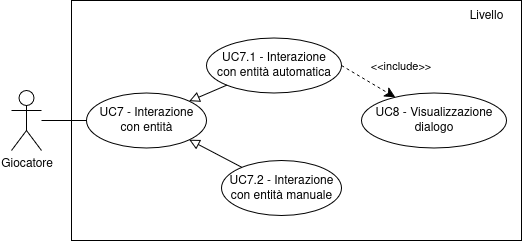
Before: Documentazione/source/imgs/uc-interazione.png, a diagram exported from draw.io (fliposab/ProgettoStage). Source tidied: cells renumbered, new cells last; positions are measured from the earlier drawing's top-left corner, leaving out a move shared by most shapes.
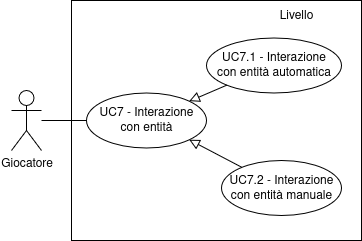
The same file after the commit.

What changed in the source:
```diff
@@ -3,7 +3,7 @@
     <mxCell id="0" />
     <mxCell id="1" parent="0" />
     <mxCell id="2" style="rounded=0;whiteSpace=wrap;html=1;gradientColor=none;" parent="1" vertex="1">
-      <mxGeometry x="60" width="450" height="240" as="geometry" />
+      <mxGeometry x="60" width="290" height="240" as="geometry" />
     </mxCell>
     <mxCell id="3" style="rounded=0;jettySize=auto;html=1;entryX=0;entryY=0.5;entryDx=0;entryDy=0;endArrow=none;startFill=0;" parent="1" edge="1" source="4" target="5">
       <mxGeometry relative="1" as="geometry" />
@@ -15,7 +15,7 @@
       <mxGeometry x="75" y="92.5" width="120" height="55" as="geometry" />
     </mxCell>
     <mxCell id="6" value="Livello" style="text;html=1;align=center;verticalAlign=middle;whiteSpace=wrap;rounded=0;" parent="1" vertex="1">
-      <mxGeometry x="445" width="60" height="30" as="geometry" />
+      <mxGeometry x="255" width="60" height="30" as="geometry" />
     </mxCell>
     <mxCell id="7" style="rounded=0;jettySize=auto;html=1;entryX=1;entryY=1;entryDx=0;entryDy=0;endArrow=block;endFill=0;endSize=8;" parent="1" edge="1" source="8" target="5">
       <mxGeometry relative="1" as="geometry" />
@@ -29,16 +29,5 @@
     <mxCell id="10" style="rounded=0;jettySize=auto;html=1;entryX=1;entryY=0;entryDx=0;entryDy=0;endArrow=block;endFill=0;endSize=8;" parent="1" edge="1" source="9" target="5">
       <mxGeometry relative="1" as="geometry" />
     </mxCell>
-    <mxCell id="11" value="&lt;div&gt;UC8 - Visualizzazione&lt;/div&gt;&lt;div&gt;dialogo&lt;/div&gt;" style="ellipse;whiteSpace=wrap;html=1;" parent="1" vertex="1">
-      <mxGeometry x="350" y="92.5" width="145" height="55" as="geometry" />
-    </mxCell>
-    <mxCell id="12" style="rounded=0;jettySize=auto;html=1;endArrow=classic;endFill=1;endSize=8;dashed=1;startArrow=none;startFill=0;exitX=1;exitY=0.5;exitDx=0;exitDy=0;" parent="1" edge="1" source="9" target="11">
-      <mxGeometry relative="1" as="geometry" />
-    </mxCell>
-    <mxCell id="13" value="&amp;lt;&amp;lt;include&amp;gt;&amp;gt;" style="edgeLabel;html=1;align=center;verticalAlign=middle;" parent="12" vertex="1">
-      <mxGeometry x="-0.42" relative="1" as="geometry">
-        <mxPoint x="43" y="-9" as="offset" />
-      </mxGeometry>
-    </mxCell>
   </root>
 </mxGraphModel>
```
